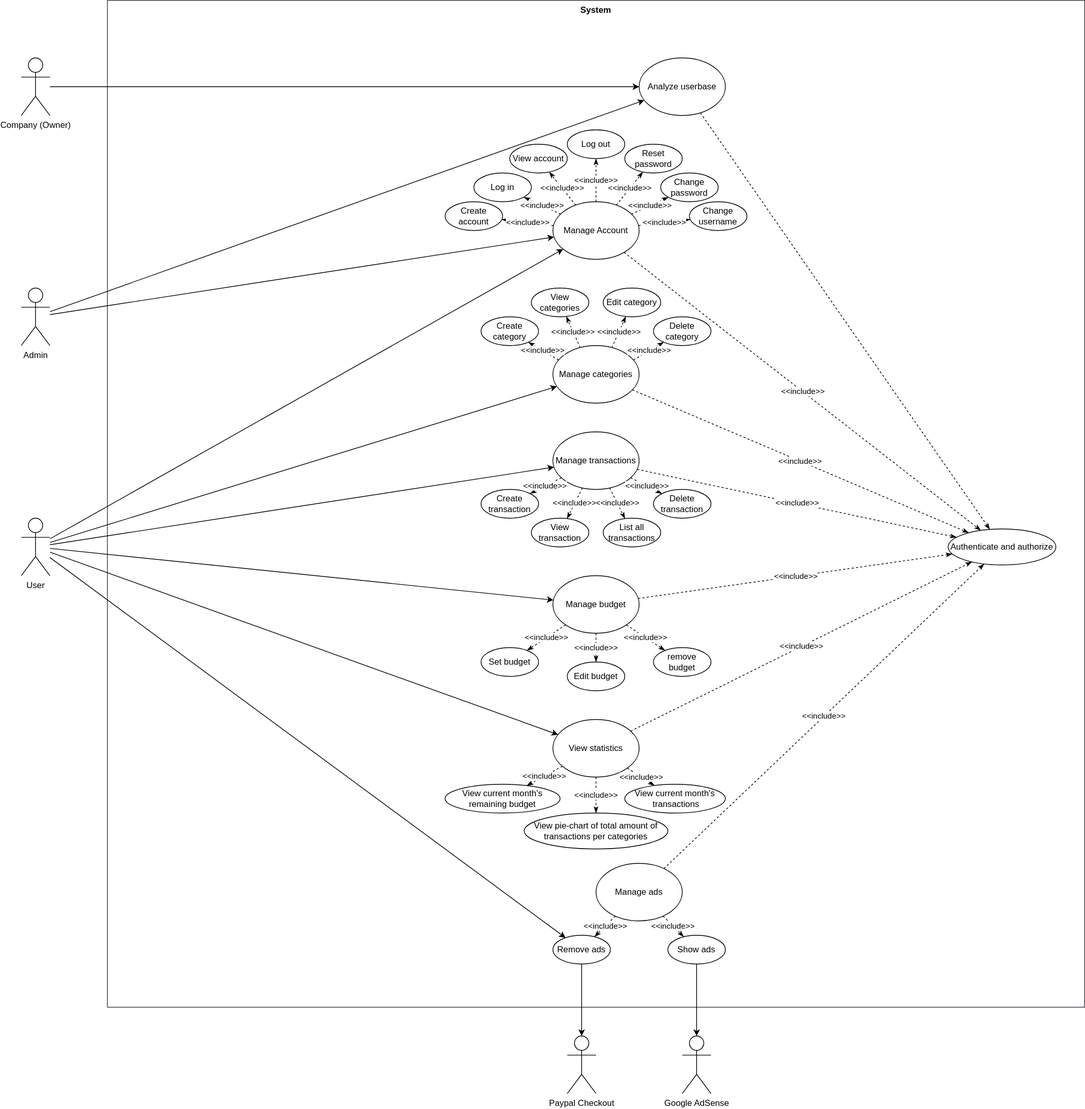
The draw.io diagram diagrams/UseCaseDiagramV2.svg in pucciorenzo/softengTesting, before a commit. Source tidied: cells renumbered, new cells last; positions are measured from the earlier drawing's top-left corner, leaving out a move shared by most shapes. Source of this version:
```xml
<mxGraphModel>
  <root>
    <mxCell id="0" />
    <mxCell id="1" parent="0" />
    <mxCell id="2" value="System" style="shape=rect;html=1;verticalAlign=top;fontStyle=1;whiteSpace=wrap;align=center;fillColor=none;strokeColor=#36393d;" parent="1" vertex="1">
      <mxGeometry x="120" width="1360" height="1400" as="geometry" />
    </mxCell>
    <mxCell id="3" style="rounded=0;jettySize=auto;html=1;" parent="1" edge="1" source="5" target="6">
      <mxGeometry relative="1" as="geometry" />
    </mxCell>
    <mxCell id="4" style="rounded=0;jettySize=auto;html=1;" parent="1" edge="1" source="5" target="9">
      <mxGeometry relative="1" as="geometry" />
    </mxCell>
    <mxCell id="5" value="User" style="shape=umlActor;html=1;verticalLabelPosition=bottom;verticalAlign=top;align=center;" parent="1" vertex="1">
      <mxGeometry y="720" width="40" height="80" as="geometry" />
    </mxCell>
    <mxCell id="6" value="Manage Account" style="ellipse;whiteSpace=wrap;html=1;" parent="1" vertex="1">
      <mxGeometry x="740" y="280" width="120" height="80" as="geometry" />
    </mxCell>
    <mxCell id="7" value="Log in" style="ellipse;whiteSpace=wrap;html=1;" parent="1" vertex="1">
      <mxGeometry x="630" y="240" width="80" height="40" as="geometry" />
    </mxCell>
    <mxCell id="8" value="Log out" style="ellipse;whiteSpace=wrap;html=1;" parent="1" vertex="1">
      <mxGeometry x="760" y="180" width="80" height="40" as="geometry" />
    </mxCell>
    <mxCell id="9" value="Manage categories" style="ellipse;whiteSpace=wrap;html=1;" parent="1" vertex="1">
      <mxGeometry x="740" y="480" width="120" height="80" as="geometry" />
    </mxCell>
    <mxCell id="10" style="rounded=0;jettySize=auto;html=1;" parent="1" edge="1" source="5" target="11">
      <mxGeometry relative="1" as="geometry" />
    </mxCell>
    <mxCell id="11" value="Manage transactions" style="ellipse;whiteSpace=wrap;html=1;" parent="1" vertex="1">
      <mxGeometry x="740" y="600" width="120" height="80" as="geometry" />
    </mxCell>
    <mxCell id="12" value="Authenticate and authorize" style="ellipse;whiteSpace=wrap;html=1;" parent="1" vertex="1">
      <mxGeometry x="1290" y="735" width="150" height="50" as="geometry" />
    </mxCell>
    <mxCell id="13" value="Create transaction" style="ellipse;whiteSpace=wrap;html=1;" parent="1" vertex="1">
      <mxGeometry x="640" y="680" width="80" height="40" as="geometry" />
    </mxCell>
    <mxCell id="14" value="View transaction" style="ellipse;whiteSpace=wrap;html=1;" parent="1" vertex="1">
      <mxGeometry x="710" y="720" width="80" height="40" as="geometry" />
    </mxCell>
    <mxCell id="15" value="&amp;lt;&amp;lt;include&amp;gt;&amp;gt;" style="endArrow=classicThin;dashed=1;html=1;rounded=0;endFill=1;" parent="1" edge="1" source="11" target="14">
      <mxGeometry relative="1" as="geometry" />
    </mxCell>
    <mxCell id="16" value="&amp;lt;&amp;lt;include&amp;gt;&amp;gt;" style="endArrow=classicThin;dashed=1;html=1;rounded=0;endFill=1;" parent="1" edge="1" source="11" target="17">
      <mxGeometry relative="1" as="geometry" />
    </mxCell>
    <mxCell id="17" value="Delete transaction" style="ellipse;whiteSpace=wrap;html=1;" parent="1" vertex="1">
      <mxGeometry x="880" y="680" width="80" height="40" as="geometry" />
    </mxCell>
    <mxCell id="18" value="&amp;lt;&amp;lt;include&amp;gt;&amp;gt;" style="endArrow=classicThin;dashed=1;html=1;rounded=0;endFill=1;" parent="1" edge="1" source="6" target="21">
      <mxGeometry relative="1" as="geometry" />
    </mxCell>
    <mxCell id="19" value="&amp;lt;&amp;lt;include&amp;gt;&amp;gt;" style="endArrow=classicThin;dashed=1;html=1;rounded=0;endFill=1;" parent="1" edge="1" source="6" target="7">
      <mxGeometry relative="1" as="geometry" />
    </mxCell>
    <mxCell id="20" value="&amp;lt;&amp;lt;include&amp;gt;&amp;gt;" style="endArrow=classicThin;dashed=1;html=1;rounded=0;endFill=1;" parent="1" edge="1" source="6" target="8">
      <mxGeometry relative="1" as="geometry" />
    </mxCell>
    <mxCell id="21" value="Create account" style="ellipse;whiteSpace=wrap;html=1;" parent="1" vertex="1">
      <mxGeometry x="590" y="280" width="80" height="40" as="geometry" />
    </mxCell>
    <mxCell id="22" value="&amp;lt;&amp;lt;include&amp;gt;&amp;gt;" style="endArrow=classicThin;dashed=1;html=1;rounded=0;endFill=1;" parent="1" edge="1" source="6" target="12">
      <mxGeometry relative="1" as="geometry" />
    </mxCell>
    <mxCell id="23" value="&amp;lt;&amp;lt;include&amp;gt;&amp;gt;" style="endArrow=classicThin;dashed=1;html=1;rounded=0;endFill=1;" parent="1" edge="1" source="9" target="12">
      <mxGeometry relative="1" as="geometry" />
    </mxCell>
    <mxCell id="24" value="&amp;lt;&amp;lt;include&amp;gt;&amp;gt;" style="endArrow=classicThin;dashed=1;html=1;rounded=0;endFill=1;" parent="1" edge="1" source="11" target="12">
      <mxGeometry relative="1" as="geometry" />
    </mxCell>
    <mxCell id="25" value="&amp;lt;&amp;lt;include&amp;gt;&amp;gt;" style="endArrow=classicThin;dashed=1;html=1;rounded=0;endFill=1;" parent="1" edge="1" source="11" target="13">
      <mxGeometry relative="1" as="geometry" />
    </mxCell>
    <mxCell id="26" value="View account" style="ellipse;whiteSpace=wrap;html=1;" parent="1" vertex="1">
      <mxGeometry x="680" y="200" width="80" height="40" as="geometry" />
    </mxCell>
    <mxCell id="27" value="&amp;lt;&amp;lt;include&amp;gt;&amp;gt;" style="endArrow=classicThin;dashed=1;html=1;rounded=0;endFill=1;" parent="1" edge="1" source="6" target="26">
      <mxGeometry relative="1" as="geometry" />
    </mxCell>
    <mxCell id="28" style="rounded=0;jettySize=auto;html=1;" parent="1" edge="1" source="5" target="29">
      <mxGeometry relative="1" as="geometry" />
    </mxCell>
    <mxCell id="29" value="Manage budget" style="ellipse;whiteSpace=wrap;html=1;" parent="1" vertex="1">
      <mxGeometry x="740" y="800" width="120" height="80" as="geometry" />
    </mxCell>
    <mxCell id="30" value="Set budget" style="ellipse;whiteSpace=wrap;html=1;" parent="1" vertex="1">
      <mxGeometry x="640" y="900" width="80" height="40" as="geometry" />
    </mxCell>
    <mxCell id="31" value="Edit budget" style="ellipse;whiteSpace=wrap;html=1;" parent="1" vertex="1">
      <mxGeometry x="760" y="920" width="80" height="40" as="geometry" />
    </mxCell>
    <mxCell id="32" value="remove budget" style="ellipse;whiteSpace=wrap;html=1;" parent="1" vertex="1">
      <mxGeometry x="880" y="900" width="80" height="40" as="geometry" />
    </mxCell>
    <mxCell id="33" value="&amp;lt;&amp;lt;include&amp;gt;&amp;gt;" style="endArrow=classicThin;dashed=1;html=1;rounded=0;endFill=1;" parent="1" edge="1" source="29" target="32">
      <mxGeometry relative="1" as="geometry" />
    </mxCell>
    <mxCell id="34" value="&amp;lt;&amp;lt;include&amp;gt;&amp;gt;" style="endArrow=classicThin;dashed=1;html=1;rounded=0;endFill=1;" parent="1" edge="1" source="29" target="31">
      <mxGeometry relative="1" as="geometry" />
    </mxCell>
    <mxCell id="35" value="&amp;lt;&amp;lt;include&amp;gt;&amp;gt;" style="endArrow=classicThin;dashed=1;html=1;rounded=0;endFill=1;" parent="1" edge="1" source="29" target="30">
      <mxGeometry relative="1" as="geometry" />
    </mxCell>
    <mxCell id="36" value="View categories" style="ellipse;whiteSpace=wrap;html=1;" parent="1" vertex="1">
      <mxGeometry x="710" y="400" width="80" height="40" as="geometry" />
    </mxCell>
    <mxCell id="37" value="&amp;lt;&amp;lt;include&amp;gt;&amp;gt;" style="endArrow=classicThin;dashed=1;html=1;rounded=0;endFill=1;" parent="1" edge="1" target="40">
      <mxGeometry relative="1" as="geometry">
        <mxPoint x="748" y="500" as="sourcePoint" />
      </mxGeometry>
    </mxCell>
    <mxCell id="38" value="&amp;lt;&amp;lt;include&amp;gt;&amp;gt;" style="endArrow=classicThin;dashed=1;html=1;rounded=0;endFill=1;" parent="1" edge="1" target="36">
      <mxGeometry relative="1" as="geometry">
        <mxPoint x="778" y="483" as="sourcePoint" />
      </mxGeometry>
    </mxCell>
    <mxCell id="39" value="&amp;lt;&amp;lt;include&amp;gt;&amp;gt;" style="endArrow=classicThin;dashed=1;html=1;rounded=0;endFill=1;" parent="1" edge="1" target="43">
      <mxGeometry relative="1" as="geometry">
        <mxPoint x="852" y="500" as="sourcePoint" />
      </mxGeometry>
    </mxCell>
    <mxCell id="40" value="Create category" style="ellipse;whiteSpace=wrap;html=1;" parent="1" vertex="1">
      <mxGeometry x="640" y="440" width="80" height="40" as="geometry" />
    </mxCell>
    <mxCell id="41" value="Edit category" style="ellipse;whiteSpace=wrap;html=1;" parent="1" vertex="1">
      <mxGeometry x="810" y="400" width="80" height="40" as="geometry" />
    </mxCell>
    <mxCell id="42" value="&amp;lt;&amp;lt;include&amp;gt;&amp;gt;" style="endArrow=classicThin;dashed=1;html=1;rounded=0;endFill=1;" parent="1" edge="1" target="41">
      <mxGeometry relative="1" as="geometry">
        <mxPoint x="822" y="483" as="sourcePoint" />
      </mxGeometry>
    </mxCell>
    <mxCell id="43" value="Delete category" style="ellipse;whiteSpace=wrap;html=1;" parent="1" vertex="1">
      <mxGeometry x="880" y="440" width="80" height="40" as="geometry" />
    </mxCell>
    <mxCell id="44" value="Change password" style="ellipse;whiteSpace=wrap;html=1;" parent="1" vertex="1">
      <mxGeometry x="890" y="240" width="80" height="40" as="geometry" />
    </mxCell>
    <mxCell id="45" value="&amp;lt;&amp;lt;include&amp;gt;&amp;gt;" style="endArrow=classicThin;dashed=1;html=1;rounded=0;endFill=1;" parent="1" edge="1" source="6" target="48">
      <mxGeometry relative="1" as="geometry" />
    </mxCell>
    <mxCell id="46" value="&amp;lt;&amp;lt;include&amp;gt;&amp;gt;" style="endArrow=classicThin;dashed=1;html=1;rounded=0;endFill=1;" parent="1" edge="1" source="6" target="49">
      <mxGeometry relative="1" as="geometry" />
    </mxCell>
    <mxCell id="47" value="&amp;lt;&amp;lt;include&amp;gt;&amp;gt;" style="endArrow=classicThin;dashed=1;html=1;rounded=0;endFill=1;" parent="1" edge="1" source="6" target="44">
      <mxGeometry relative="1" as="geometry" />
    </mxCell>
    <mxCell id="48" value="Change username" style="ellipse;whiteSpace=wrap;html=1;" parent="1" vertex="1">
      <mxGeometry x="930" y="280" width="80" height="40" as="geometry" />
    </mxCell>
    <mxCell id="49" value="Reset password" style="ellipse;whiteSpace=wrap;html=1;" parent="1" vertex="1">
      <mxGeometry x="840" y="200" width="80" height="40" as="geometry" />
    </mxCell>
    <mxCell id="50" value="&amp;lt;&amp;lt;include&amp;gt;&amp;gt;" style="endArrow=classicThin;dashed=1;html=1;rounded=0;endFill=1;" parent="1" edge="1" source="29" target="12">
      <mxGeometry relative="1" as="geometry" />
    </mxCell>
    <mxCell id="51" value="View statistics" style="ellipse;whiteSpace=wrap;html=1;" parent="1" vertex="1">
      <mxGeometry x="740" y="1000" width="120" height="80" as="geometry" />
    </mxCell>
    <mxCell id="52" value="View current month's &lt;br&gt;remaining budget" style="ellipse;whiteSpace=wrap;html=1;" parent="1" vertex="1">
      <mxGeometry x="590" y="1090" width="160" height="40" as="geometry" />
    </mxCell>
    <mxCell id="53" value="View current month's&lt;br&gt;&amp;nbsp;transactions" style="ellipse;whiteSpace=wrap;html=1;" parent="1" vertex="1">
      <mxGeometry x="840" y="1090" width="140" height="40" as="geometry" />
    </mxCell>
    <mxCell id="54" value="View pie-chart of total amount of &lt;br&gt;transactions per categories" style="ellipse;whiteSpace=wrap;html=1;" parent="1" vertex="1">
      <mxGeometry x="700" y="1130" width="200" height="50" as="geometry" />
    </mxCell>
    <mxCell id="55" value="&amp;lt;&amp;lt;include&amp;gt;&amp;gt;" style="endArrow=classicThin;dashed=1;html=1;rounded=0;endFill=1;" parent="1" edge="1" source="51" target="54">
      <mxGeometry relative="1" as="geometry" />
    </mxCell>
    <mxCell id="56" value="&amp;lt;&amp;lt;include&amp;gt;&amp;gt;" style="endArrow=classicThin;dashed=1;html=1;rounded=0;endFill=1;" parent="1" edge="1" source="51" target="53">
      <mxGeometry relative="1" as="geometry" />
    </mxCell>
    <mxCell id="57" value="&amp;lt;&amp;lt;include&amp;gt;&amp;gt;" style="endArrow=classicThin;dashed=1;html=1;rounded=0;endFill=1;" parent="1" edge="1" source="51" target="52">
      <mxGeometry relative="1" as="geometry" />
    </mxCell>
    <mxCell id="58" style="rounded=0;jettySize=auto;html=1;" parent="1" edge="1" source="5" target="51">
      <mxGeometry relative="1" as="geometry" />
    </mxCell>
    <mxCell id="59" value="&amp;lt;&amp;lt;include&amp;gt;&amp;gt;" style="endArrow=classicThin;dashed=1;html=1;rounded=0;endFill=1;" parent="1" edge="1" source="51" target="12">
      <mxGeometry relative="1" as="geometry" />
    </mxCell>
    <mxCell id="60" style="edgeStyle=orthogonalEdgeStyle;rounded=0;orthogonalLoop=1;jettySize=auto;html=1;exitX=0.5;exitY=1;exitDx=0;exitDy=0;" parent="1" edge="1" source="12" target="12">
      <mxGeometry relative="1" as="geometry" />
    </mxCell>
    <mxCell id="61" value="Admin" style="shape=umlActor;html=1;verticalLabelPosition=bottom;verticalAlign=top;align=center;" parent="1" vertex="1">
      <mxGeometry y="400" width="40" height="80" as="geometry" />
    </mxCell>
    <mxCell id="62" value="Analyze userbase" style="ellipse;whiteSpace=wrap;html=1;" parent="1" vertex="1">
      <mxGeometry x="860" y="80" width="120" height="80" as="geometry" />
    </mxCell>
    <mxCell id="63" value="Company (Owner)" style="shape=umlActor;html=1;verticalLabelPosition=bottom;verticalAlign=top;align=center;" parent="1" vertex="1">
      <mxGeometry y="80" width="40" height="80" as="geometry" />
    </mxCell>
    <mxCell id="64" style="endArrow=classic;html=1;rounded=0;" parent="1" edge="1" source="61" target="6">
      <mxGeometry relative="1" as="geometry" />
    </mxCell>
    <mxCell id="65" style="endArrow=classic;html=1;rounded=0;" parent="1" edge="1" source="63" target="62">
      <mxGeometry relative="1" as="geometry" />
    </mxCell>
    <mxCell id="66" style="endArrow=classicThin;dashed=1;html=1;rounded=0;endFill=1;" parent="1" edge="1" source="62" target="12">
      <mxGeometry relative="1" as="geometry" />
    </mxCell>
    <mxCell id="67" style="endArrow=classic;html=1;rounded=0;" parent="1" edge="1" source="61" target="62">
      <mxGeometry relative="1" as="geometry" />
    </mxCell>
    <mxCell id="68" value="List all transactions" style="ellipse;whiteSpace=wrap;html=1;" parent="1" vertex="1">
      <mxGeometry x="810" y="720" width="80" height="40" as="geometry" />
    </mxCell>
    <mxCell id="69" value="&amp;lt;&amp;lt;include&amp;gt;&amp;gt;" style="endArrow=classicThin;dashed=1;html=1;rounded=0;endFill=1;" parent="1" edge="1" source="11" target="68">
      <mxGeometry relative="1" as="geometry" />
    </mxCell>
    <mxCell id="70" value="Manage ads" style="ellipse;whiteSpace=wrap;html=1;" parent="1" vertex="1">
      <mxGeometry x="800" y="1200" width="120" height="80" as="geometry" />
    </mxCell>
    <mxCell id="71" value="Remove ads" style="ellipse;whiteSpace=wrap;html=1;" parent="1" vertex="1">
      <mxGeometry x="740" y="1300" width="80" height="40" as="geometry" />
    </mxCell>
    <mxCell id="72" value="Show ads" style="ellipse;whiteSpace=wrap;html=1;" parent="1" vertex="1">
      <mxGeometry x="900" y="1300" width="80" height="40" as="geometry" />
    </mxCell>
    <mxCell id="73" value="&amp;lt;&amp;lt;include&amp;gt;&amp;gt;" style="endArrow=classicThin;dashed=1;html=1;rounded=0;endFill=1;" parent="1" edge="1" source="70" target="72">
      <mxGeometry relative="1" as="geometry" />
    </mxCell>
    <mxCell id="74" value="&amp;lt;&amp;lt;include&amp;gt;&amp;gt;" style="endArrow=classicThin;dashed=1;html=1;rounded=0;endFill=1;" parent="1" edge="1" source="70" target="71">
      <mxGeometry relative="1" as="geometry" />
    </mxCell>
    <mxCell id="75" style="rounded=0;jettySize=auto;html=1;" parent="1" edge="1" source="5" target="71">
      <mxGeometry relative="1" as="geometry" />
    </mxCell>
    <mxCell id="76" value="&amp;lt;&amp;lt;include&amp;gt;&amp;gt;" style="endArrow=classicThin;dashed=1;html=1;rounded=0;endFill=1;" parent="1" edge="1" source="70" target="12">
      <mxGeometry relative="1" as="geometry" />
    </mxCell>
    <mxCell id="77" value="Google AdSense" style="shape=umlActor;html=1;verticalLabelPosition=bottom;verticalAlign=top;align=center;" parent="1" vertex="1">
      <mxGeometry x="920" y="1440" width="40" height="80" as="geometry" />
    </mxCell>
    <mxCell id="78" style="endArrow=classic;html=1;rounded=0;" parent="1" edge="1" source="72" target="77">
      <mxGeometry relative="1" as="geometry" />
    </mxCell>
    <mxCell id="79" value="Paypal Checkout" style="shape=umlActor;html=1;verticalLabelPosition=bottom;verticalAlign=top;align=center;" parent="1" vertex="1">
      <mxGeometry x="760" y="1440" width="40" height="80" as="geometry" />
    </mxCell>
    <mxCell id="80" style="endArrow=classic;html=1;rounded=0;" parent="1" edge="1" source="71" target="79">
      <mxGeometry relative="1" as="geometry" />
    </mxCell>
  </root>
</mxGraphModel>
```
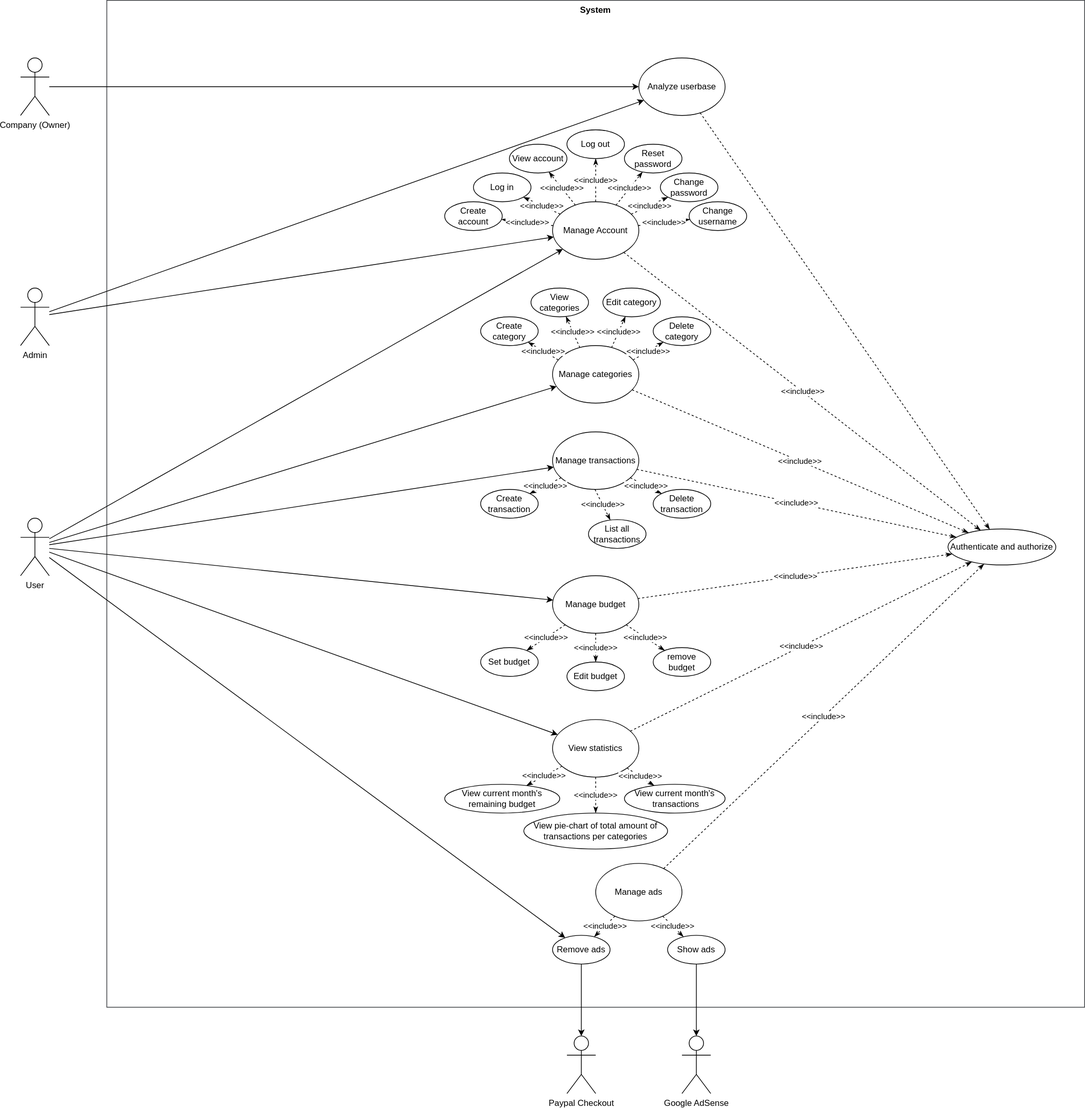
The same file after the commit.

Diff of the diagram source:
```diff
@@ -38,12 +38,6 @@
     <mxCell id="13" value="Create transaction" style="ellipse;whiteSpace=wrap;html=1;" parent="1" vertex="1">
       <mxGeometry x="640" y="680" width="80" height="40" as="geometry" />
     </mxCell>
-    <mxCell id="14" value="View transaction" style="ellipse;whiteSpace=wrap;html=1;" parent="1" vertex="1">
-      <mxGeometry x="710" y="720" width="80" height="40" as="geometry" />
-    </mxCell>
-    <mxCell id="15" value="&amp;lt;&amp;lt;include&amp;gt;&amp;gt;" style="endArrow=classicThin;dashed=1;html=1;rounded=0;endFill=1;" parent="1" edge="1" source="11" target="14">
-      <mxGeometry relative="1" as="geometry" />
-    </mxCell>
     <mxCell id="16" value="&amp;lt;&amp;lt;include&amp;gt;&amp;gt;" style="endArrow=classicThin;dashed=1;html=1;rounded=0;endFill=1;" parent="1" edge="1" source="11" target="17">
       <mxGeometry relative="1" as="geometry" />
     </mxCell>
@@ -209,10 +203,12 @@
       <mxGeometry relative="1" as="geometry" />
     </mxCell>
     <mxCell id="68" value="List all transactions" style="ellipse;whiteSpace=wrap;html=1;" parent="1" vertex="1">
-      <mxGeometry x="810" y="720" width="80" height="40" as="geometry" />
+      <mxGeometry x="790" y="722" width="80" height="40" as="geometry" />
     </mxCell>
-    <mxCell id="69" value="&amp;lt;&amp;lt;include&amp;gt;&amp;gt;" style="endArrow=classicThin;dashed=1;html=1;rounded=0;endFill=1;" parent="1" edge="1" source="11" target="68">
-      <mxGeometry relative="1" as="geometry" />
+    <mxCell id="69" value="&amp;lt;&amp;lt;include&amp;gt;&amp;gt;" style="endArrow=classicThin;dashed=1;html=1;rounded=0;endFill=1;" parent="1" edge="1" target="68">
+      <mxGeometry relative="1" as="geometry">
+        <mxPoint x="799" y="680" as="sourcePoint" />
+      </mxGeometry>
     </mxCell>
     <mxCell id="70" value="Manage ads" style="ellipse;whiteSpace=wrap;html=1;" parent="1" vertex="1">
       <mxGeometry x="800" y="1200" width="120" height="80" as="geometry" />
```
